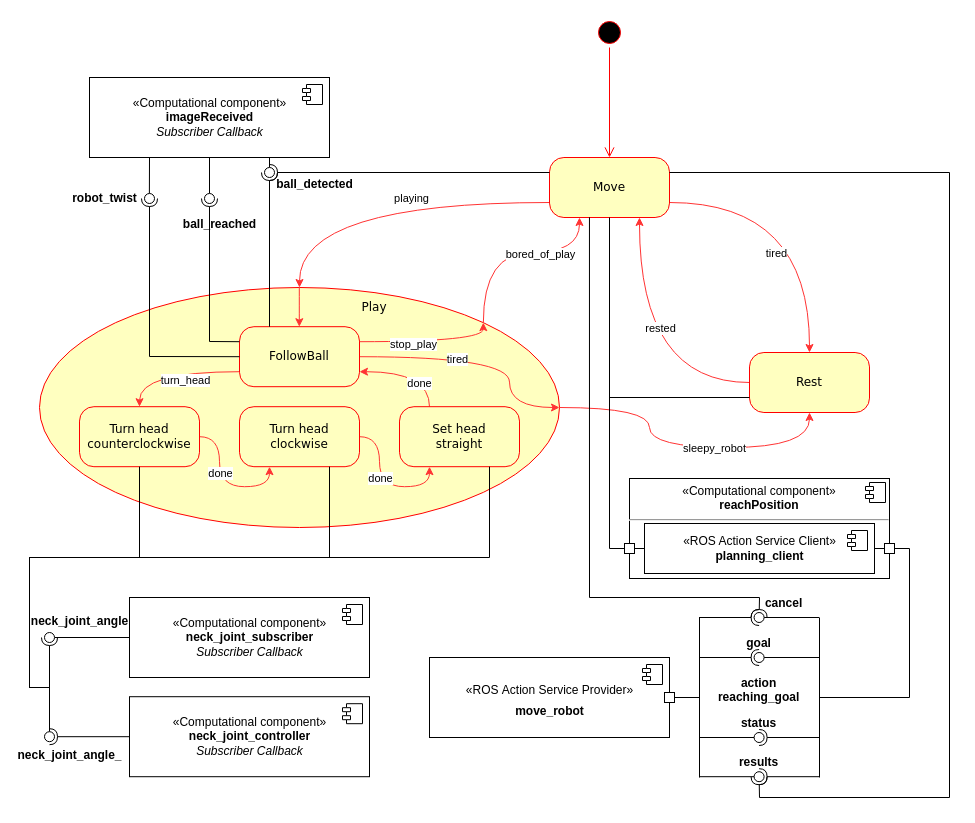
Above: draw_io/state_machine_and_comp.drawio in aGotelli/Andrea_Gotelli_EROLA_Assignment (draw.io), before the change. Source tidied: cells renumbered, new cells numbered last; positions are measured from the earlier drawing's top-left corner, leaving out a move shared by most shapes. Both pictures are drawn from the tidied source at 100%, with x=0, y=0 at pixel (29, 17).
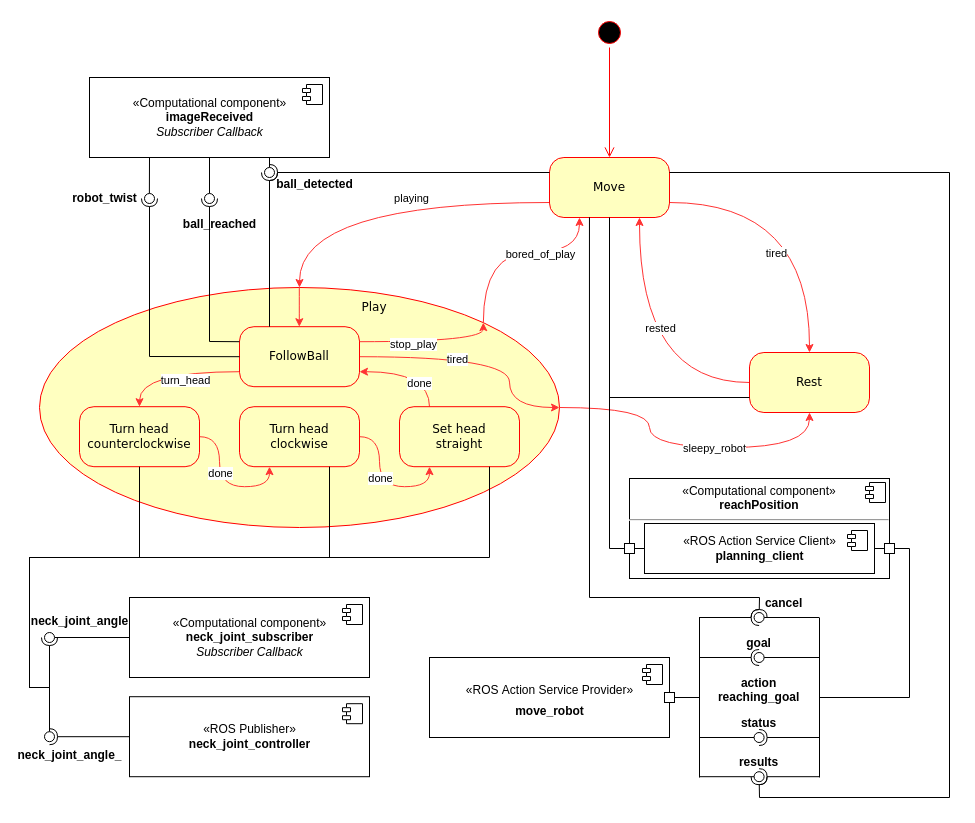
The same diagram, later.

The edit, as a diff of the source:
```diff
@@
-    <mxCell id="60" value="«Computational component»&lt;br&gt;&lt;b&gt;neck_joint_controller&lt;br&gt;&lt;/b&gt;&lt;i&gt;Subscriber Callback&lt;/i&gt;" style="html=1;" parent="1" vertex="1">
+    <mxCell id="60" value="«ROS Publisher»&lt;br&gt;&lt;b&gt;neck_joint_controller&lt;/b&gt;" style="html=1;" parent="1" vertex="1">
       <mxGeometry x="100" y="679.2" width="240" height="80" as="geometry" />
     </mxCell>
```
